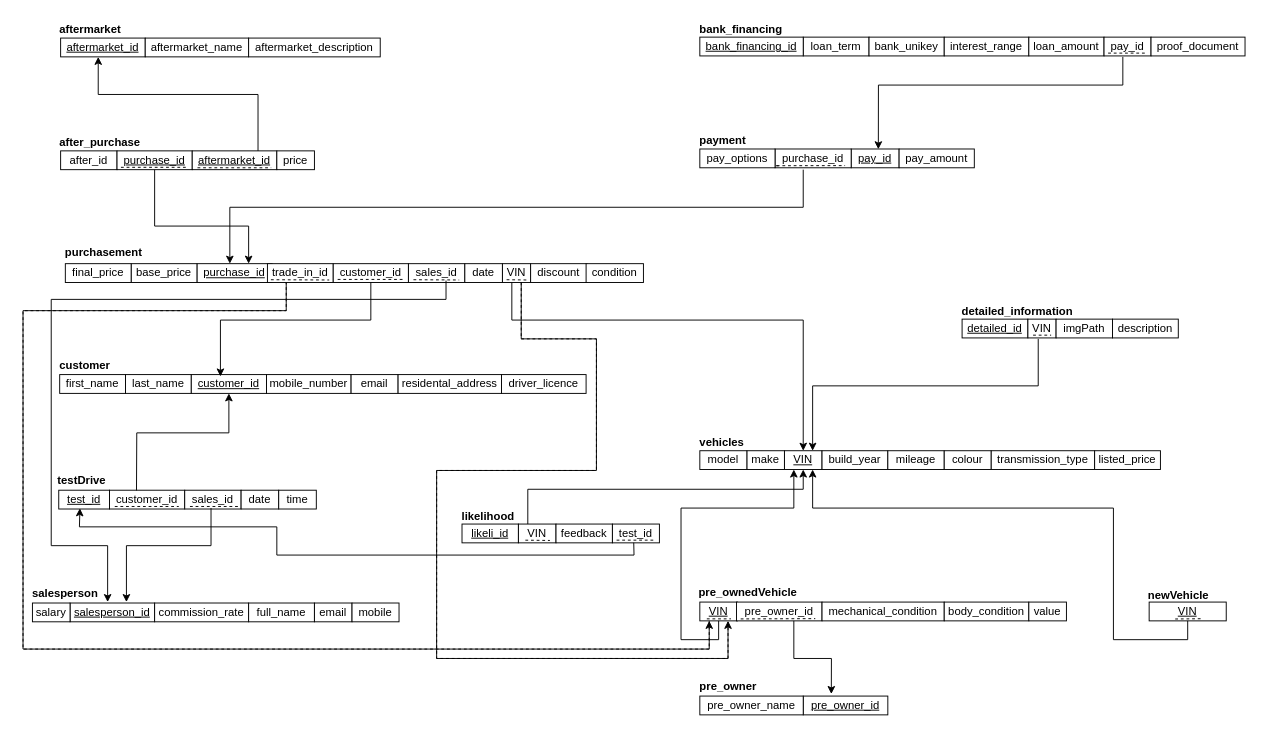
This is 未命名绘图.drawio from Syrus-jpg/LeetCode, a draw.io file, before an edit. Source tidied: cells renumbered, new cells numbered last; positions are measured from the earlier drawing's top-left corner, leaving out a move shared by most shapes. Both pictures are drawn from the tidied source at 94%, with x=0, y=0 at pixel (23, 16).
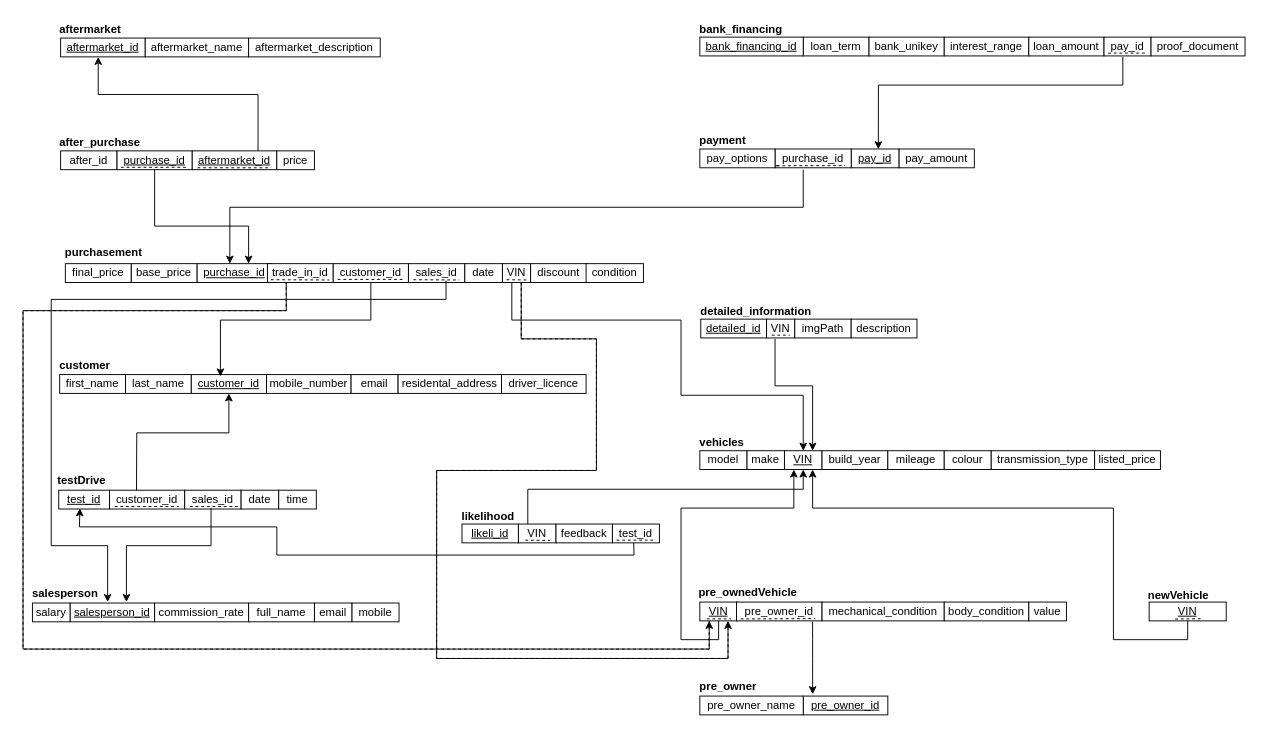
Above is the later version.

Commit message (it also covers changes not shown here):
更新未命名绘图.drawio

The change refers to these unchanged cells:
```xml
<mxCell id="44" value="&lt;u&gt;VIN&lt;/u&gt;" style="rounded=0;whiteSpace=wrap;html=1;" parent="1" vertex="1">
  <mxGeometry x="810" y="462" width="40" height="20" as="geometry" />
</mxCell>
<mxCell id="65" value="pre_owner_id" style="rounded=0;whiteSpace=wrap;html=1;" parent="1" vertex="1">
  <mxGeometry x="759" y="623" width="91" height="20" as="geometry" />
</mxCell>
<mxCell id="69" value="&lt;u&gt;pre_owner_id&lt;/u&gt;" style="rounded=0;whiteSpace=wrap;html=1;" parent="1" vertex="1">
  <mxGeometry x="830" y="723" width="90" height="20" as="geometry" />
</mxCell>
```

Change to the diagram source:
```diff
@@
     <mxCell id="53" value="&lt;u&gt;detailed_id&lt;/u&gt;" style="rounded=0;whiteSpace=wrap;html=1;" parent="1" vertex="1">
-      <mxGeometry x="999" y="322" width="70" height="20" as="geometry" />
+      <mxGeometry x="721" y="322" width="70" height="20" as="geometry" />
     </mxCell>
     <mxCell id="54" value="VIN" style="rounded=0;whiteSpace=wrap;html=1;" parent="1" vertex="1">
-      <mxGeometry x="1069" y="322" width="30" height="20" as="geometry" />
+      <mxGeometry x="791" y="322" width="30" height="20" as="geometry" />
     </mxCell>
     <mxCell id="55" value="imgPath" style="rounded=0;whiteSpace=wrap;html=1;" parent="1" vertex="1">
-      <mxGeometry x="1099" y="322" width="60" height="20" as="geometry" />
+      <mxGeometry x="821" y="322" width="60" height="20" as="geometry" />
     </mxCell>
     <mxCell id="56" value="description" style="rounded=0;whiteSpace=wrap;html=1;" parent="1" vertex="1">
-      <mxGeometry x="1159" y="322" width="70" height="20" as="geometry" />
+      <mxGeometry x="881" y="322" width="70" height="20" as="geometry" />
     </mxCell>
@@
     <mxCell id="89" style="endArrow=classic;html=1;rounded=0;entryX=0.5;entryY=0;entryDx=0;entryDy=0;" parent="1" edge="1" target="44">
       <mxGeometry relative="1" as="geometry">
         <mxPoint x="520" y="283" as="sourcePoint" />
         <Array as="points">
           <mxPoint x="520" y="323" />
-          <mxPoint x="830" y="323" />
+          <mxPoint x="700" y="323" />
+          <mxPoint x="700" y="403" />
+          <mxPoint x="830" y="403" />
         </Array>
       </mxGeometry>
     </mxCell>
@@
     <mxCell id="104" style="endArrow=classic;html=1;rounded=0;entryX=0.75;entryY=0;entryDx=0;entryDy=0;" parent="1" edge="1" target="44">
       <mxGeometry relative="1" as="geometry">
-        <mxPoint x="1080" y="343" as="sourcePoint" />
+        <mxPoint x="800" y="343" as="sourcePoint" />
         <Array as="points">
-          <mxPoint x="1080" y="393" />
+          <mxPoint x="800" y="393" />
           <mxPoint x="840" y="393" />
         </Array>
       </mxGeometry>
     </mxCell>
@@
-    <mxCell id="116" style="endArrow=classic;html=1;rounded=0;entryX=0.332;entryY=-0.11;entryDx=0;entryDy=0;entryPerimeter=0;" parent="1" edge="1" target="69">
+    <mxCell id="116" style="endArrow=classic;html=1;rounded=0;exitX=0.889;exitY=1.047;exitDx=0;exitDy=0;exitPerimeter=0;" parent="1" edge="1" source="65">
       <mxGeometry relative="1" as="geometry">
-        <mxPoint x="820" y="643" as="sourcePoint" />
+        <mxPoint x="840" y="721" as="targetPoint" />
         <Array as="points">
-          <mxPoint x="820" y="683" />
-          <mxPoint x="860" y="683" />
+          <mxPoint x="840" y="663" />
+          <mxPoint x="840" y="683" />
+          <mxPoint x="840" y="703" />
         </Array>
       </mxGeometry>
     </mxCell>
     <mxCell id="117" value="&lt;b style=&quot;forced-color-adjust: none; color: rgb(0, 0, 0); font-family: Helvetica; font-size: 12px; font-style: normal; font-variant-ligatures: normal; font-variant-caps: normal; letter-spacing: normal; orphans: 2; text-align: center; text-indent: 0px; text-transform: none; widows: 2; word-spacing: 0px; -webkit-text-stroke-width: 0px; white-space: normal; text-decoration-thickness: initial; text-decoration-style: initial; text-decoration-color: initial;&quot;&gt;detailed_information&lt;/b&gt;" style="text;whiteSpace=wrap;html=1;" parent="1" vertex="1">
-      <mxGeometry x="997" y="300" width="150" height="40" as="geometry" />
+      <mxGeometry x="719" y="300" width="150" height="40" as="geometry" />
     </mxCell>
```
